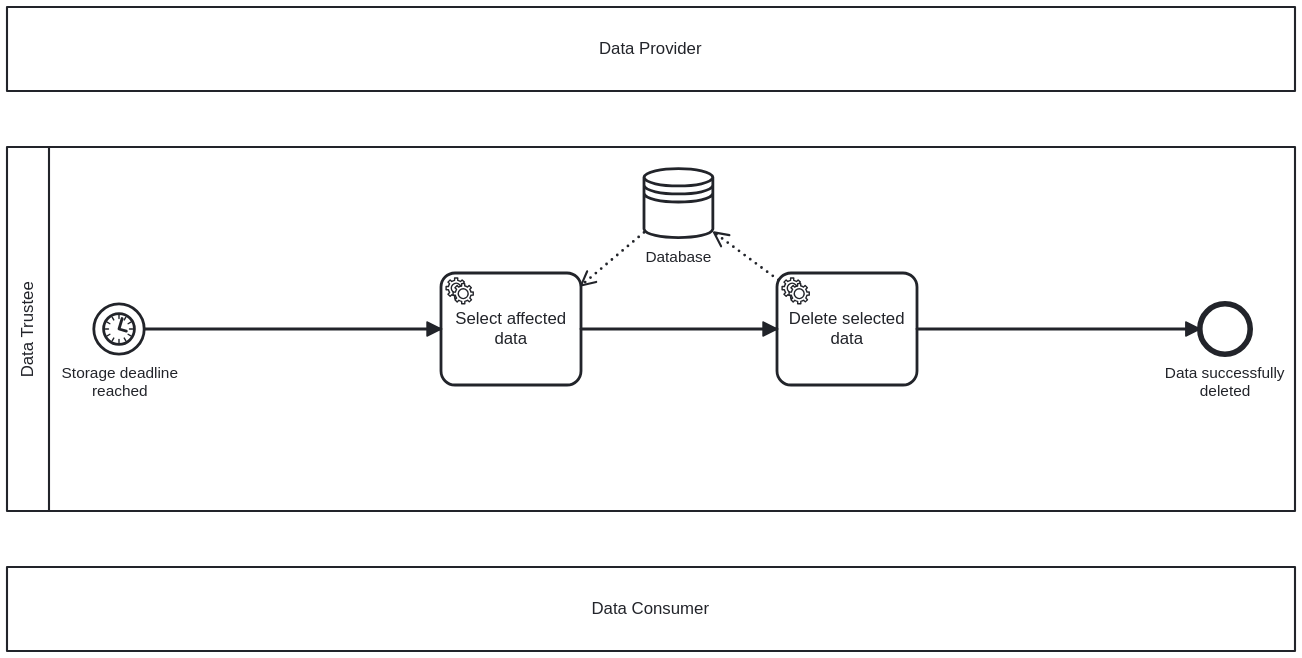
The BPMN diagram Data Disposal/Time-based_Disposal.svg in sacdevops/Process-Patterns-for-Data-Trustees, before a commit. Its source is kept beside it as Data Disposal/Time-based_Disposal.bpmn. Ids are renumbered. Source of this version:
```xml
<bpmn:definitions xmlns:bpmn="http://www.omg.org/spec/BPMN/20100524/MODEL" xmlns:bpmndi="http://www.omg.org/spec/BPMN/20100524/DI" xmlns:dc="http://www.omg.org/spec/DD/20100524/DC" xmlns:di="http://www.omg.org/spec/DD/20100524/DI" xmlns:modeler="http://camunda.org/schema/modeler/1.0" id="Definitions_n1" targetNamespace="http://bpmn.io/schema/bpmn" exporter="Camunda Modeler" exporterVersion="5.33.1" modeler:executionPlatform="Camunda Cloud" modeler:executionPlatformVersion="8.6.0">
  <bpmn:collaboration id="Collaboration_n2" name="Data_Deletion_edit">
    <bpmn:participant id="Participant_n3" name="Data Trustee" processRef="Process_n4" />
    <bpmn:participant id="Participant_n5" name="Data Consumer" />
    <bpmn:participant id="Participant_n6" name="Data Provider" />
  </bpmn:collaboration>
  <bpmn:process id="Process_n4" isExecutable="true">
    <bpmn:startEvent id="Event_n7" name="Storage deadline reached">
      <bpmn:outgoing>Flow_n8</bpmn:outgoing>
      <bpmn:timerEventDefinition id="TimerEventDefinition_n9" />
    </bpmn:startEvent>
    <bpmn:endEvent id="Event_n10" name="Data successfully deleted">
      <bpmn:incoming>Flow_n11</bpmn:incoming>
    </bpmn:endEvent>
    <bpmn:serviceTask id="Activity_n12" name="Select affected data">
      <bpmn:incoming>Flow_n8</bpmn:incoming>
      <bpmn:outgoing>Flow_n13</bpmn:outgoing>
      <bpmn:property id="Property_n14" name="__targetRef_placeholder" />
      <bpmn:dataInputAssociation id="DataInputAssociation_n15">
        <bpmn:sourceRef>DataStoreReference_n16</bpmn:sourceRef>
        <bpmn:targetRef>Property_n14</bpmn:targetRef>
      </bpmn:dataInputAssociation>
    </bpmn:serviceTask>
    <bpmn:serviceTask id="Activity_n17" name="Delete selected data">
      <bpmn:incoming>Flow_n13</bpmn:incoming>
      <bpmn:outgoing>Flow_n11</bpmn:outgoing>
      <bpmn:dataOutputAssociation id="DataOutputAssociation_n18">
        <bpmn:targetRef>DataStoreReference_n16</bpmn:targetRef>
      </bpmn:dataOutputAssociation>
    </bpmn:serviceTask>
    <bpmn:dataStoreReference id="DataStoreReference_n16" name="Database" />
    <bpmn:sequenceFlow id="Flow_n8" sourceRef="Event_n7" targetRef="Activity_n12" />
    <bpmn:sequenceFlow id="Flow_n11" sourceRef="Activity_n17" targetRef="Event_n10" />
    <bpmn:sequenceFlow id="Flow_n13" sourceRef="Activity_n12" targetRef="Activity_n17" />
  </bpmn:process>
  <bpmndi:BPMNDiagram id="BPMNDiagram_1">
    <bpmndi:BPMNPlane id="BPMNPlane_1" bpmnElement="Collaboration_n2">
      <bpmndi:BPMNShape id="BPMNShape_n19" bpmnElement="Participant_n3" isHorizontal="true">
        <dc:Bounds x="160" y="180" width="920" height="260" />
        <bpmndi:BPMNLabel />
      </bpmndi:BPMNShape>
      <bpmndi:BPMNShape id="Event_0w3pdp2_di" bpmnElement="Event_n7">
        <dc:Bounds x="222" y="292" width="36" height="36" />
        <bpmndi:BPMNLabel>
          <dc:Bounds x="199" y="335" width="84" height="27" />
        </bpmndi:BPMNLabel>
      </bpmndi:BPMNShape>
      <bpmndi:BPMNShape id="Event_0o0reid_di" bpmnElement="Event_n10">
        <dc:Bounds x="1012" y="292" width="36" height="36" />
        <bpmndi:BPMNLabel>
          <dc:Bounds x="987" y="335" width="87" height="27" />
        </bpmndi:BPMNLabel>
      </bpmndi:BPMNShape>
      <bpmndi:BPMNShape id="Activity_0i1pb62_di" bpmnElement="Activity_n12">
        <dc:Bounds x="470" y="270" width="100" height="80" />
      </bpmndi:BPMNShape>
      <bpmndi:BPMNShape id="Activity_12emihi_di" bpmnElement="Activity_n17">
        <dc:Bounds x="710" y="270" width="100" height="80" />
      </bpmndi:BPMNShape>
      <bpmndi:BPMNShape id="BPMNShape_n20" bpmnElement="DataStoreReference_n16">
        <dc:Bounds x="615" y="195" width="50" height="50" />
        <bpmndi:BPMNLabel>
          <dc:Bounds x="616" y="252" width="48" height="14" />
        </bpmndi:BPMNLabel>
      </bpmndi:BPMNShape>
      <bpmndi:BPMNEdge id="BPMNEdge_n21" bpmnElement="Flow_n8">
        <di:waypoint x="258" y="310" />
        <di:waypoint x="470" y="310" />
      </bpmndi:BPMNEdge>
      <bpmndi:BPMNEdge id="BPMNEdge_n22" bpmnElement="Flow_n11">
        <di:waypoint x="810" y="310" />
        <di:waypoint x="1012" y="310" />
      </bpmndi:BPMNEdge>
      <bpmndi:BPMNEdge id="BPMNEdge_n23" bpmnElement="Flow_n13">
        <di:waypoint x="570" y="310" />
        <di:waypoint x="710" y="310" />
      </bpmndi:BPMNEdge>
      <bpmndi:BPMNShape id="BPMNShape_n24" bpmnElement="Participant_n5" isHorizontal="true">
        <dc:Bounds x="160" y="480" width="920" height="60" />
        <bpmndi:BPMNLabel />
      </bpmndi:BPMNShape>
      <bpmndi:BPMNShape id="Participant_0labp52_di" bpmnElement="Participant_n6" isHorizontal="true">
        <dc:Bounds x="160" y="80" width="920" height="60" />
      </bpmndi:BPMNShape>
      <bpmndi:BPMNEdge id="BPMNEdge_n25" bpmnElement="DataOutputAssociation_n18">
        <di:waypoint x="711" y="275" />
        <di:waypoint x="665" y="241" />
      </bpmndi:BPMNEdge>
      <bpmndi:BPMNEdge id="BPMNEdge_n26" bpmnElement="DataInputAssociation_n15">
        <di:waypoint x="615" y="241" />
        <di:waypoint x="570" y="279" />
      </bpmndi:BPMNEdge>
    </bpmndi:BPMNPlane>
  </bpmndi:BPMNDiagram>
</bpmn:definitions>
```
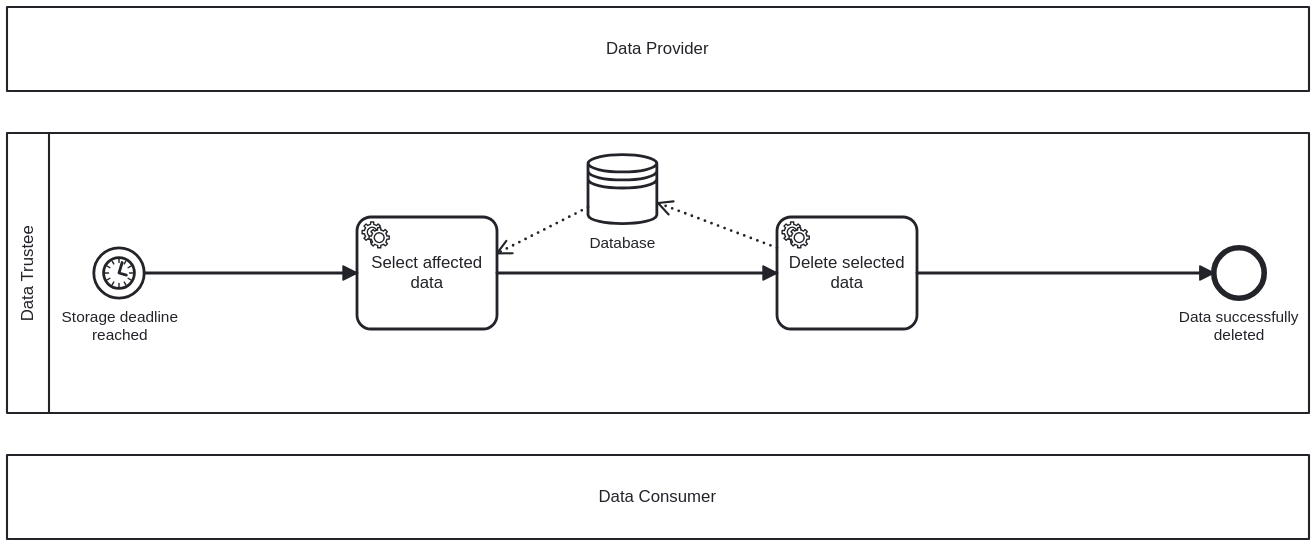
The same file after the commit.

Change to the diagram source:
```diff
@@ -1,4 +1,4 @@
-<bpmn:definitions xmlns:bpmn="http://www.omg.org/spec/BPMN/20100524/MODEL" xmlns:bpmndi="http://www.omg.org/spec/BPMN/20100524/DI" xmlns:dc="http://www.omg.org/spec/DD/20100524/DC" xmlns:di="http://www.omg.org/spec/DD/20100524/DI" xmlns:modeler="http://camunda.org/schema/modeler/1.0" id="Definitions_n1" targetNamespace="http://bpmn.io/schema/bpmn" exporter="Camunda Modeler" exporterVersion="5.33.1" modeler:executionPlatform="Camunda Cloud" modeler:executionPlatformVersion="8.6.0">
+<bpmn:definitions xmlns:bpmn="http://www.omg.org/spec/BPMN/20100524/MODEL" xmlns:bpmndi="http://www.omg.org/spec/BPMN/20100524/DI" xmlns:dc="http://www.omg.org/spec/DD/20100524/DC" xmlns:di="http://www.omg.org/spec/DD/20100524/DI" xmlns:modeler="http://camunda.org/schema/modeler/1.0" id="Definitions_n1" targetNamespace="http://bpmn.io/schema/bpmn" exporter="Camunda Modeler" exporterVersion="5.34.0" modeler:executionPlatform="Camunda Cloud" modeler:executionPlatformVersion="8.6.0">
   <bpmn:collaboration id="Collaboration_n2" name="Data_Deletion_edit">
     <bpmn:participant id="Participant_n3" name="Data Trustee" processRef="Process_n4" />
     <bpmn:participant id="Participant_n5" name="Data Consumer" />
@@ -9,6 +9,13 @@
       <bpmn:outgoing>Flow_n8</bpmn:outgoing>
       <bpmn:timerEventDefinition id="TimerEventDefinition_n9" />
     </bpmn:startEvent>
+    <bpmn:serviceTask id="Activity_n17" name="Delete selected data">
+      <bpmn:incoming>Flow_n13</bpmn:incoming>
+      <bpmn:outgoing>Flow_n11</bpmn:outgoing>
+      <bpmn:dataOutputAssociation id="DataOutputAssociation_n18">
+        <bpmn:targetRef>DataStoreReference_n16</bpmn:targetRef>
+      </bpmn:dataOutputAssociation>
+    </bpmn:serviceTask>
     <bpmn:endEvent id="Event_n10" name="Data successfully deleted">
       <bpmn:incoming>Flow_n11</bpmn:incoming>
     </bpmn:endEvent>
@@ -21,74 +28,67 @@
         <bpmn:targetRef>Property_n14</bpmn:targetRef>
       </bpmn:dataInputAssociation>
     </bpmn:serviceTask>
-    <bpmn:serviceTask id="Activity_n17" name="Delete selected data">
-      <bpmn:incoming>Flow_n13</bpmn:incoming>
-      <bpmn:outgoing>Flow_n11</bpmn:outgoing>
-      <bpmn:dataOutputAssociation id="DataOutputAssociation_n18">
-        <bpmn:targetRef>DataStoreReference_n16</bpmn:targetRef>
-      </bpmn:dataOutputAssociation>
-    </bpmn:serviceTask>
     <bpmn:dataStoreReference id="DataStoreReference_n16" name="Database" />
     <bpmn:sequenceFlow id="Flow_n8" sourceRef="Event_n7" targetRef="Activity_n12" />
+    <bpmn:sequenceFlow id="Flow_n13" sourceRef="Activity_n12" targetRef="Activity_n17" />
     <bpmn:sequenceFlow id="Flow_n11" sourceRef="Activity_n17" targetRef="Event_n10" />
-    <bpmn:sequenceFlow id="Flow_n13" sourceRef="Activity_n12" targetRef="Activity_n17" />
   </bpmn:process>
   <bpmndi:BPMNDiagram id="BPMNDiagram_1">
     <bpmndi:BPMNPlane id="BPMNPlane_1" bpmnElement="Collaboration_n2">
       <bpmndi:BPMNShape id="BPMNShape_n19" bpmnElement="Participant_n3" isHorizontal="true">
-        <dc:Bounds x="160" y="180" width="920" height="260" />
+        <dc:Bounds x="160" y="190" width="930" height="200" />
         <bpmndi:BPMNLabel />
       </bpmndi:BPMNShape>
       <bpmndi:BPMNShape id="Event_0w3pdp2_di" bpmnElement="Event_n7">
-        <dc:Bounds x="222" y="292" width="36" height="36" />
+        <dc:Bounds x="222" y="272" width="36" height="36" />
         <bpmndi:BPMNLabel>
-          <dc:Bounds x="199" y="335" width="84" height="27" />
+          <dc:Bounds x="199" y="315" width="84" height="27" />
         </bpmndi:BPMNLabel>
       </bpmndi:BPMNShape>
+      <bpmndi:BPMNShape id="Activity_12emihi_di" bpmnElement="Activity_n17">
+        <dc:Bounds x="710" y="250" width="100" height="80" />
+      </bpmndi:BPMNShape>
       <bpmndi:BPMNShape id="Event_0o0reid_di" bpmnElement="Event_n10">
-        <dc:Bounds x="1012" y="292" width="36" height="36" />
+        <dc:Bounds x="1022" y="272" width="36" height="36" />
         <bpmndi:BPMNLabel>
-          <dc:Bounds x="987" y="335" width="87" height="27" />
+          <dc:Bounds x="997" y="315" width="87" height="27" />
         </bpmndi:BPMNLabel>
       </bpmndi:BPMNShape>
       <bpmndi:BPMNShape id="Activity_0i1pb62_di" bpmnElement="Activity_n12">
-        <dc:Bounds x="470" y="270" width="100" height="80" />
-      </bpmndi:BPMNShape>
-      <bpmndi:BPMNShape id="Activity_12emihi_di" bpmnElement="Activity_n17">
-        <dc:Bounds x="710" y="270" width="100" height="80" />
+        <dc:Bounds x="410" y="250" width="100" height="80" />
       </bpmndi:BPMNShape>
       <bpmndi:BPMNShape id="BPMNShape_n20" bpmnElement="DataStoreReference_n16">
-        <dc:Bounds x="615" y="195" width="50" height="50" />
+        <dc:Bounds x="575" y="205" width="50" height="50" />
         <bpmndi:BPMNLabel>
-          <dc:Bounds x="616" y="252" width="48" height="14" />
+          <dc:Bounds x="576" y="262" width="48" height="14" />
         </bpmndi:BPMNLabel>
       </bpmndi:BPMNShape>
       <bpmndi:BPMNEdge id="BPMNEdge_n21" bpmnElement="Flow_n8">
-        <di:waypoint x="258" y="310" />
-        <di:waypoint x="470" y="310" />
+        <di:waypoint x="258" y="290" />
+        <di:waypoint x="410" y="290" />
+      </bpmndi:BPMNEdge>
+      <bpmndi:BPMNEdge id="BPMNEdge_n23" bpmnElement="Flow_n13">
+        <di:waypoint x="510" y="290" />
+        <di:waypoint x="710" y="290" />
       </bpmndi:BPMNEdge>
       <bpmndi:BPMNEdge id="BPMNEdge_n22" bpmnElement="Flow_n11">
-        <di:waypoint x="810" y="310" />
-        <di:waypoint x="1012" y="310" />
-      </bpmndi:BPMNEdge>
-      <bpmndi:BPMNEdge id="BPMNEdge_n23" bpmnElement="Flow_n13">
-        <di:waypoint x="570" y="310" />
-        <di:waypoint x="710" y="310" />
+        <di:waypoint x="810" y="290" />
+        <di:waypoint x="1022" y="290" />
       </bpmndi:BPMNEdge>
       <bpmndi:BPMNShape id="BPMNShape_n24" bpmnElement="Participant_n5" isHorizontal="true">
-        <dc:Bounds x="160" y="480" width="920" height="60" />
+        <dc:Bounds x="160" y="420" width="930" height="60" />
         <bpmndi:BPMNLabel />
       </bpmndi:BPMNShape>
       <bpmndi:BPMNShape id="Participant_0labp52_di" bpmnElement="Participant_n6" isHorizontal="true">
-        <dc:Bounds x="160" y="80" width="920" height="60" />
+        <dc:Bounds x="160" y="100" width="930" height="60" />
       </bpmndi:BPMNShape>
       <bpmndi:BPMNEdge id="BPMNEdge_n25" bpmnElement="DataOutputAssociation_n18">
-        <di:waypoint x="711" y="275" />
-        <di:waypoint x="665" y="241" />
+        <di:waypoint x="710" y="272" />
+        <di:waypoint x="625" y="240" />
       </bpmndi:BPMNEdge>
       <bpmndi:BPMNEdge id="BPMNEdge_n26" bpmnElement="DataInputAssociation_n15">
-        <di:waypoint x="615" y="241" />
-        <di:waypoint x="570" y="279" />
+        <di:waypoint x="575" y="243" />
+        <di:waypoint x="510" y="276" />
       </bpmndi:BPMNEdge>
     </bpmndi:BPMNPlane>
   </bpmndi:BPMNDiagram>
```
